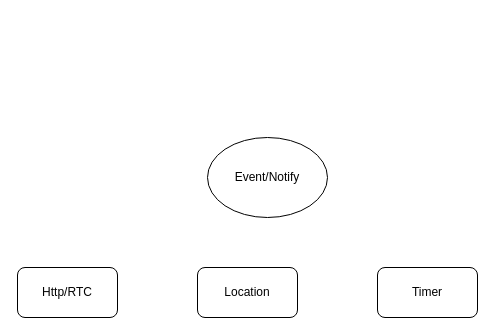
The draw.io diagram page "event" (3 of 3) of EDP.drawio in cer-cer/notes, before the edit. Source tidied: cells renumbered, new cells numbered last; positions are measured from the earlier drawing's top-left corner, leaving out a move shared by most shapes. Both pictures are drawn from the tidied source at 100%, with x=0, y=0 at pixel (17, 137).
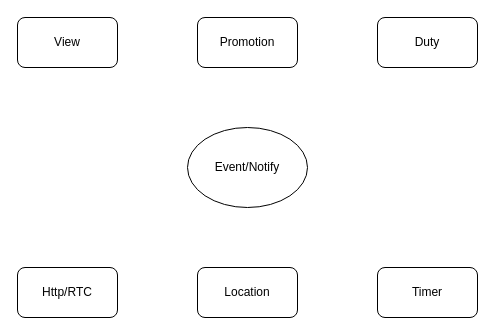
After the change.

Change to the diagram source:
```diff
@@
 <mxGraphModel>
   <root>
     <mxCell id="0" />
     <mxCell id="1" parent="0" />
     <mxCell id="2" value="Event/Notify" style="ellipse;whiteSpace=wrap;html=1;" parent="1" vertex="1">
-      <mxGeometry x="190" width="120" height="80" as="geometry" />
+      <mxGeometry x="170" y="-10" width="120" height="80" as="geometry" />
     </mxCell>
     <mxCell id="3" value="Http/RTC" style="rounded=1;whiteSpace=wrap;html=1;" parent="1" vertex="1">
       <mxGeometry y="130" width="100" height="50" as="geometry" />
     </mxCell>
     <mxCell id="4" value="Location" style="rounded=1;whiteSpace=wrap;html=1;" parent="1" vertex="1">
       <mxGeometry x="180" y="130" width="100" height="50" as="geometry" />
     </mxCell>
     <mxCell id="5" value="Timer" style="rounded=1;whiteSpace=wrap;html=1;" parent="1" vertex="1">
       <mxGeometry x="360" y="130" width="100" height="50" as="geometry" />
     </mxCell>
+    <mxCell id="6" value="View" style="rounded=1;whiteSpace=wrap;html=1;" parent="1" vertex="1">
+      <mxGeometry y="-120" width="100" height="50" as="geometry" />
+    </mxCell>
+    <mxCell id="7" value="Promotion" style="rounded=1;whiteSpace=wrap;html=1;" parent="1" vertex="1">
+      <mxGeometry x="180" y="-120" width="100" height="50" as="geometry" />
+    </mxCell>
+    <mxCell id="8" value="Duty" style="rounded=1;whiteSpace=wrap;html=1;" parent="1" vertex="1">
+      <mxGeometry x="360" y="-120" width="100" height="50" as="geometry" />
+    </mxCell>
   </root>
 </mxGraphModel>
```
